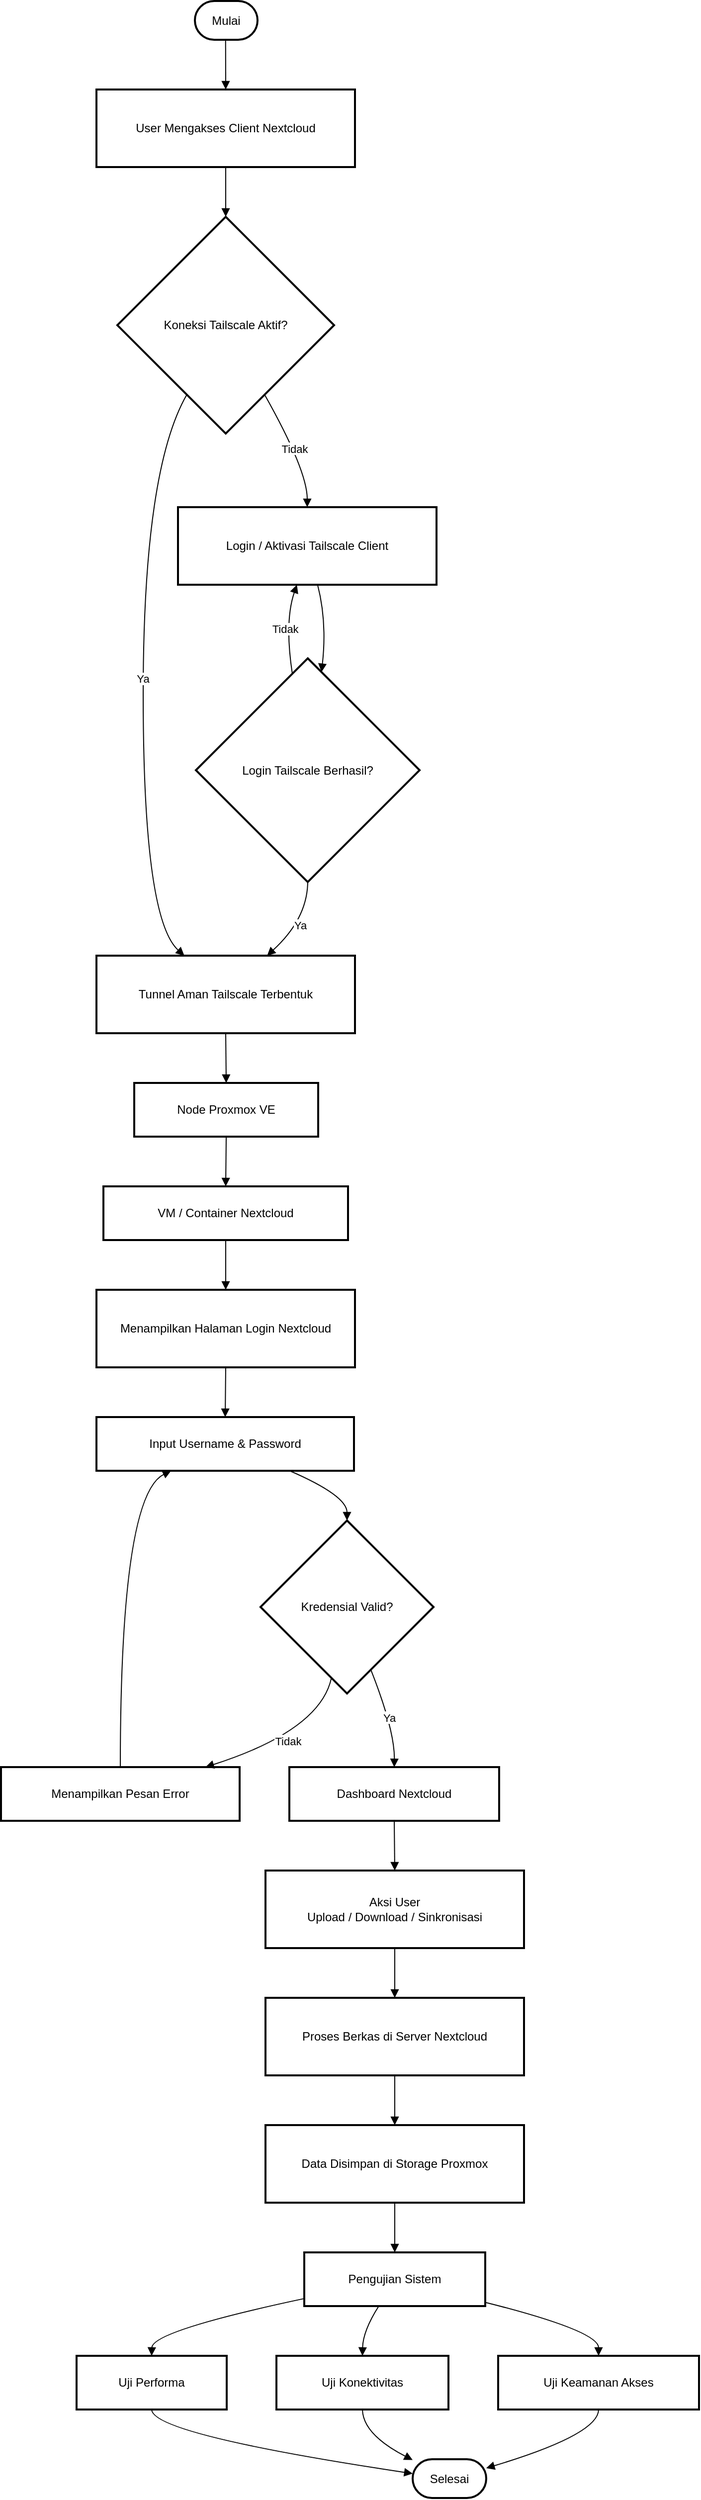
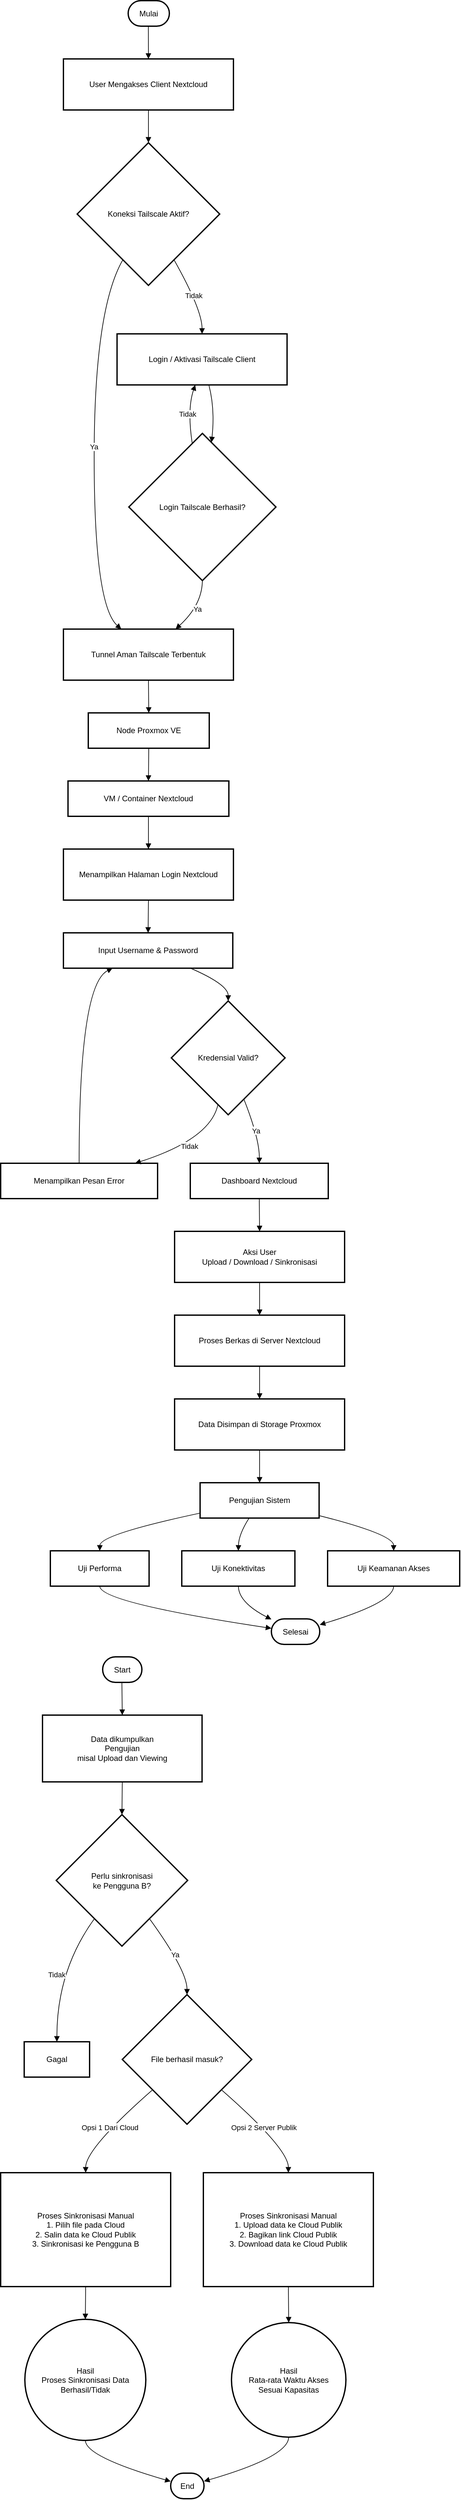
<mxfile host="app.diagrams.net" agent="Mozilla/5.0 (Macintosh; Intel Mac OS X 10_15_7) AppleWebKit/537.36 (KHTML, like Gecko) Chrome/144.0.0.0 Safari/537.36" version="29.3.8">
  <diagram id="6a731a19-8d31-9384-78a2-239565b7b9f0" name="Page-1">
    <mxGraphModel dx="1508" dy="1040" grid="1" gridSize="10" guides="1" tooltips="1" connect="1" arrows="1" fold="1" page="1" pageScale="1" pageWidth="1169" pageHeight="827" background="none" math="0" shadow="0">
      <root>
        <mxCell id="0" />
        <mxCell id="1" parent="0" />
        <mxCell id="Uneg7TVlCb7vEr30IxI9-7" parent="1" style="rounded=1;whiteSpace=wrap;arcSize=50;strokeWidth=2;" value="Mulai" vertex="1">
          <mxGeometry height="39" width="63" x="445" y="30" as="geometry" />
        </mxCell>
        <mxCell id="Uneg7TVlCb7vEr30IxI9-8" parent="1" style="whiteSpace=wrap;strokeWidth=2;" value="User Mengakses Client Nextcloud" vertex="1">
          <mxGeometry height="78" width="260" x="346" y="119" as="geometry" />
        </mxCell>
        <mxCell id="Uneg7TVlCb7vEr30IxI9-9" parent="1" style="rhombus;strokeWidth=2;whiteSpace=wrap;" value="Koneksi Tailscale Aktif?" vertex="1">
          <mxGeometry height="218" width="218" x="367" y="247" as="geometry" />
        </mxCell>
        <mxCell id="Uneg7TVlCb7vEr30IxI9-10" parent="1" style="whiteSpace=wrap;strokeWidth=2;" value="Login / Aktivasi Tailscale Client" vertex="1">
          <mxGeometry height="78" width="260" x="428" y="539" as="geometry" />
        </mxCell>
        <mxCell id="Uneg7TVlCb7vEr30IxI9-11" parent="1" style="rhombus;strokeWidth=2;whiteSpace=wrap;" value="Login Tailscale Berhasil?" vertex="1">
          <mxGeometry height="225" width="225" x="446" y="691" as="geometry" />
        </mxCell>
        <mxCell id="Uneg7TVlCb7vEr30IxI9-12" parent="1" style="whiteSpace=wrap;strokeWidth=2;" value="Tunnel Aman Tailscale Terbentuk" vertex="1">
          <mxGeometry height="78" width="260" x="346" y="990" as="geometry" />
        </mxCell>
        <mxCell id="Uneg7TVlCb7vEr30IxI9-13" parent="1" style="whiteSpace=wrap;strokeWidth=2;" value="Node Proxmox VE" vertex="1">
          <mxGeometry height="54" width="185" x="384" y="1118" as="geometry" />
        </mxCell>
        <mxCell id="Uneg7TVlCb7vEr30IxI9-14" parent="1" style="whiteSpace=wrap;strokeWidth=2;" value="VM / Container Nextcloud" vertex="1">
          <mxGeometry height="54" width="246" x="353" y="1222" as="geometry" />
        </mxCell>
        <mxCell id="Uneg7TVlCb7vEr30IxI9-15" parent="1" style="whiteSpace=wrap;strokeWidth=2;" value="Menampilkan Halaman Login Nextcloud" vertex="1">
          <mxGeometry height="78" width="260" x="346" y="1326" as="geometry" />
        </mxCell>
        <mxCell id="Uneg7TVlCb7vEr30IxI9-16" parent="1" style="whiteSpace=wrap;strokeWidth=2;" value="Input Username &amp; Password" vertex="1">
          <mxGeometry height="54" width="259" x="346" y="1454" as="geometry" />
        </mxCell>
        <mxCell id="Uneg7TVlCb7vEr30IxI9-17" parent="1" style="rhombus;strokeWidth=2;whiteSpace=wrap;" value="Kredensial Valid?" vertex="1">
          <mxGeometry height="174" width="174" x="511" y="1558" as="geometry" />
        </mxCell>
        <mxCell id="Uneg7TVlCb7vEr30IxI9-18" parent="1" style="whiteSpace=wrap;strokeWidth=2;" value="Menampilkan Pesan Error" vertex="1">
          <mxGeometry height="54" width="240" x="250" y="1806" as="geometry" />
        </mxCell>
        <mxCell id="Uneg7TVlCb7vEr30IxI9-19" parent="1" style="whiteSpace=wrap;strokeWidth=2;" value="Dashboard Nextcloud" vertex="1">
          <mxGeometry height="54" width="211" x="540" y="1806" as="geometry" />
        </mxCell>
        <mxCell id="Uneg7TVlCb7vEr30IxI9-20" parent="1" style="whiteSpace=wrap;strokeWidth=2;" value="Aksi User&#xa;Upload / Download / Sinkronisasi" vertex="1">
          <mxGeometry height="78" width="260" x="516" y="1910" as="geometry" />
        </mxCell>
        <mxCell id="Uneg7TVlCb7vEr30IxI9-21" parent="1" style="whiteSpace=wrap;strokeWidth=2;" value="Proses Berkas di Server Nextcloud" vertex="1">
          <mxGeometry height="78" width="260" x="516" y="2038" as="geometry" />
        </mxCell>
        <mxCell id="Uneg7TVlCb7vEr30IxI9-22" parent="1" style="whiteSpace=wrap;strokeWidth=2;" value="Data Disimpan di Storage Proxmox" vertex="1">
          <mxGeometry height="78" width="260" x="516" y="2166" as="geometry" />
        </mxCell>
        <mxCell id="Uneg7TVlCb7vEr30IxI9-23" parent="1" style="whiteSpace=wrap;strokeWidth=2;" value="Pengujian Sistem" vertex="1">
          <mxGeometry height="54" width="182" x="555" y="2294" as="geometry" />
        </mxCell>
        <mxCell id="Uneg7TVlCb7vEr30IxI9-24" parent="1" style="whiteSpace=wrap;strokeWidth=2;" value="Uji Keamanan Akses" vertex="1">
          <mxGeometry height="54" width="202" x="750" y="2398" as="geometry" />
        </mxCell>
        <mxCell id="Uneg7TVlCb7vEr30IxI9-25" parent="1" style="whiteSpace=wrap;strokeWidth=2;" value="Uji Konektivitas" vertex="1">
          <mxGeometry height="54" width="173" x="527" y="2398" as="geometry" />
        </mxCell>
        <mxCell id="Uneg7TVlCb7vEr30IxI9-26" parent="1" style="whiteSpace=wrap;strokeWidth=2;" value="Uji Performa" vertex="1">
          <mxGeometry height="54" width="151" x="326" y="2398" as="geometry" />
        </mxCell>
        <mxCell id="Uneg7TVlCb7vEr30IxI9-27" parent="1" style="rounded=1;whiteSpace=wrap;arcSize=50;strokeWidth=2;" value="Selesai" vertex="1">
          <mxGeometry height="39" width="74" x="664" y="2502" as="geometry" />
        </mxCell>
        <mxCell id="Uneg7TVlCb7vEr30IxI9-28" edge="1" parent="1" source="Uneg7TVlCb7vEr30IxI9-7" style="curved=1;startArrow=none;endArrow=block;exitX=0.49;exitY=1;entryX=0.5;entryY=0;rounded=0;" target="Uneg7TVlCb7vEr30IxI9-8" value="">
          <mxGeometry relative="1" as="geometry">
            <Array as="points" />
          </mxGeometry>
        </mxCell>
        <mxCell id="Uneg7TVlCb7vEr30IxI9-29" edge="1" parent="1" source="Uneg7TVlCb7vEr30IxI9-8" style="curved=1;startArrow=none;endArrow=block;exitX=0.5;exitY=1;entryX=0.5;entryY=0;rounded=0;" target="Uneg7TVlCb7vEr30IxI9-9" value="">
          <mxGeometry relative="1" as="geometry">
            <Array as="points" />
          </mxGeometry>
        </mxCell>
        <mxCell id="Uneg7TVlCb7vEr30IxI9-30" edge="1" parent="1" source="Uneg7TVlCb7vEr30IxI9-9" style="curved=1;startArrow=none;endArrow=block;exitX=0.78;exitY=1;entryX=0.5;entryY=0;rounded=0;" target="Uneg7TVlCb7vEr30IxI9-10" value="Tidak">
          <mxGeometry relative="1" as="geometry">
            <Array as="points">
              <mxPoint x="558" y="502" />
            </Array>
          </mxGeometry>
        </mxCell>
        <mxCell id="Uneg7TVlCb7vEr30IxI9-31" edge="1" parent="1" source="Uneg7TVlCb7vEr30IxI9-10" style="curved=1;startArrow=none;endArrow=block;exitX=0.54;exitY=1;entryX=0.57;entryY=0;rounded=0;" target="Uneg7TVlCb7vEr30IxI9-11" value="">
          <mxGeometry relative="1" as="geometry">
            <Array as="points">
              <mxPoint x="578" y="654" />
            </Array>
          </mxGeometry>
        </mxCell>
        <mxCell id="Uneg7TVlCb7vEr30IxI9-32" edge="1" parent="1" source="Uneg7TVlCb7vEr30IxI9-11" style="curved=1;startArrow=none;endArrow=block;exitX=0.42;exitY=0;entryX=0.46;entryY=1;rounded=0;" target="Uneg7TVlCb7vEr30IxI9-10" value="Tidak">
          <mxGeometry relative="1" as="geometry">
            <Array as="points">
              <mxPoint x="535" y="654" />
            </Array>
          </mxGeometry>
        </mxCell>
        <mxCell id="Uneg7TVlCb7vEr30IxI9-33" edge="1" parent="1" source="Uneg7TVlCb7vEr30IxI9-11" style="curved=1;startArrow=none;endArrow=block;exitX=0.5;exitY=1;entryX=0.66;entryY=0;rounded=0;" target="Uneg7TVlCb7vEr30IxI9-12" value="Ya">
          <mxGeometry relative="1" as="geometry">
            <Array as="points">
              <mxPoint x="558" y="953" />
            </Array>
          </mxGeometry>
        </mxCell>
        <mxCell id="Uneg7TVlCb7vEr30IxI9-34" edge="1" parent="1" source="Uneg7TVlCb7vEr30IxI9-9" style="curved=1;startArrow=none;endArrow=block;exitX=0.22;exitY=1;entryX=0.34;entryY=0;rounded=0;" target="Uneg7TVlCb7vEr30IxI9-12" value="Ya">
          <mxGeometry relative="1" as="geometry">
            <Array as="points">
              <mxPoint x="393" y="502" />
              <mxPoint x="393" y="953" />
            </Array>
          </mxGeometry>
        </mxCell>
        <mxCell id="Uneg7TVlCb7vEr30IxI9-35" edge="1" parent="1" source="Uneg7TVlCb7vEr30IxI9-12" style="curved=1;startArrow=none;endArrow=block;exitX=0.5;exitY=1;entryX=0.5;entryY=0;rounded=0;" target="Uneg7TVlCb7vEr30IxI9-13" value="">
          <mxGeometry relative="1" as="geometry">
            <Array as="points" />
          </mxGeometry>
        </mxCell>
        <mxCell id="Uneg7TVlCb7vEr30IxI9-36" edge="1" parent="1" source="Uneg7TVlCb7vEr30IxI9-13" style="curved=1;startArrow=none;endArrow=block;exitX=0.5;exitY=1;entryX=0.5;entryY=0;rounded=0;" target="Uneg7TVlCb7vEr30IxI9-14" value="">
          <mxGeometry relative="1" as="geometry">
            <Array as="points" />
          </mxGeometry>
        </mxCell>
        <mxCell id="Uneg7TVlCb7vEr30IxI9-37" edge="1" parent="1" source="Uneg7TVlCb7vEr30IxI9-14" style="curved=1;startArrow=none;endArrow=block;exitX=0.5;exitY=1;entryX=0.5;entryY=0;rounded=0;" target="Uneg7TVlCb7vEr30IxI9-15" value="">
          <mxGeometry relative="1" as="geometry">
            <Array as="points" />
          </mxGeometry>
        </mxCell>
        <mxCell id="Uneg7TVlCb7vEr30IxI9-38" edge="1" parent="1" source="Uneg7TVlCb7vEr30IxI9-15" style="curved=1;startArrow=none;endArrow=block;exitX=0.5;exitY=1;entryX=0.5;entryY=0;rounded=0;" target="Uneg7TVlCb7vEr30IxI9-16" value="">
          <mxGeometry relative="1" as="geometry">
            <Array as="points" />
          </mxGeometry>
        </mxCell>
        <mxCell id="Uneg7TVlCb7vEr30IxI9-39" edge="1" parent="1" source="Uneg7TVlCb7vEr30IxI9-16" style="curved=1;startArrow=none;endArrow=block;exitX=0.75;exitY=1;entryX=0.5;entryY=0;rounded=0;" target="Uneg7TVlCb7vEr30IxI9-17" value="">
          <mxGeometry relative="1" as="geometry">
            <Array as="points">
              <mxPoint x="598" y="1533" />
            </Array>
          </mxGeometry>
        </mxCell>
        <mxCell id="Uneg7TVlCb7vEr30IxI9-40" edge="1" parent="1" source="Uneg7TVlCb7vEr30IxI9-17" style="curved=1;startArrow=none;endArrow=block;exitX=0.39;exitY=1;entryX=0.85;entryY=0.01;rounded=0;" target="Uneg7TVlCb7vEr30IxI9-18" value="Tidak">
          <mxGeometry relative="1" as="geometry">
            <Array as="points">
              <mxPoint x="571" y="1769" />
            </Array>
          </mxGeometry>
        </mxCell>
        <mxCell id="Uneg7TVlCb7vEr30IxI9-41" edge="1" parent="1" source="Uneg7TVlCb7vEr30IxI9-18" style="curved=1;startArrow=none;endArrow=block;exitX=0.5;exitY=0.01;entryX=0.29;entryY=1;rounded=0;" target="Uneg7TVlCb7vEr30IxI9-16" value="">
          <mxGeometry relative="1" as="geometry">
            <Array as="points">
              <mxPoint x="370" y="1533" />
            </Array>
          </mxGeometry>
        </mxCell>
        <mxCell id="Uneg7TVlCb7vEr30IxI9-42" edge="1" parent="1" source="Uneg7TVlCb7vEr30IxI9-17" style="curved=1;startArrow=none;endArrow=block;exitX=0.69;exitY=1;entryX=0.5;entryY=0.01;rounded=0;" target="Uneg7TVlCb7vEr30IxI9-19" value="Ya">
          <mxGeometry relative="1" as="geometry">
            <Array as="points">
              <mxPoint x="646" y="1769" />
            </Array>
          </mxGeometry>
        </mxCell>
        <mxCell id="Uneg7TVlCb7vEr30IxI9-43" edge="1" parent="1" source="Uneg7TVlCb7vEr30IxI9-19" style="curved=1;startArrow=none;endArrow=block;exitX=0.5;exitY=1.01;entryX=0.5;entryY=0;rounded=0;" target="Uneg7TVlCb7vEr30IxI9-20" value="">
          <mxGeometry relative="1" as="geometry">
            <Array as="points" />
          </mxGeometry>
        </mxCell>
        <mxCell id="Uneg7TVlCb7vEr30IxI9-44" edge="1" parent="1" source="Uneg7TVlCb7vEr30IxI9-20" style="curved=1;startArrow=none;endArrow=block;exitX=0.5;exitY=1;entryX=0.5;entryY=0;rounded=0;" target="Uneg7TVlCb7vEr30IxI9-21" value="">
          <mxGeometry relative="1" as="geometry">
            <Array as="points" />
          </mxGeometry>
        </mxCell>
        <mxCell id="Uneg7TVlCb7vEr30IxI9-45" edge="1" parent="1" source="Uneg7TVlCb7vEr30IxI9-21" style="curved=1;startArrow=none;endArrow=block;exitX=0.5;exitY=1;entryX=0.5;entryY=0;rounded=0;" target="Uneg7TVlCb7vEr30IxI9-22" value="">
          <mxGeometry relative="1" as="geometry">
            <Array as="points" />
          </mxGeometry>
        </mxCell>
        <mxCell id="Uneg7TVlCb7vEr30IxI9-46" edge="1" parent="1" source="Uneg7TVlCb7vEr30IxI9-22" style="curved=1;startArrow=none;endArrow=block;exitX=0.5;exitY=1;entryX=0.5;entryY=0.01;rounded=0;" target="Uneg7TVlCb7vEr30IxI9-23" value="">
          <mxGeometry relative="1" as="geometry">
            <Array as="points" />
          </mxGeometry>
        </mxCell>
        <mxCell id="Uneg7TVlCb7vEr30IxI9-47" edge="1" parent="1" source="Uneg7TVlCb7vEr30IxI9-23" style="curved=1;startArrow=none;endArrow=block;exitX=1;exitY=0.93;entryX=0.5;entryY=0.01;rounded=0;" target="Uneg7TVlCb7vEr30IxI9-24" value="">
          <mxGeometry relative="1" as="geometry">
            <Array as="points">
              <mxPoint x="851" y="2373" />
            </Array>
          </mxGeometry>
        </mxCell>
        <mxCell id="Uneg7TVlCb7vEr30IxI9-48" edge="1" parent="1" source="Uneg7TVlCb7vEr30IxI9-23" style="curved=1;startArrow=none;endArrow=block;exitX=0.41;exitY=1.01;entryX=0.5;entryY=0.01;rounded=0;" target="Uneg7TVlCb7vEr30IxI9-25" value="">
          <mxGeometry relative="1" as="geometry">
            <Array as="points">
              <mxPoint x="614" y="2373" />
            </Array>
          </mxGeometry>
        </mxCell>
        <mxCell id="Uneg7TVlCb7vEr30IxI9-49" edge="1" parent="1" source="Uneg7TVlCb7vEr30IxI9-23" style="curved=1;startArrow=none;endArrow=block;exitX=0;exitY=0.86;entryX=0.5;entryY=0.01;rounded=0;" target="Uneg7TVlCb7vEr30IxI9-26" value="">
          <mxGeometry relative="1" as="geometry">
            <Array as="points">
              <mxPoint x="402" y="2373" />
            </Array>
          </mxGeometry>
        </mxCell>
        <mxCell id="Uneg7TVlCb7vEr30IxI9-50" edge="1" parent="1" source="Uneg7TVlCb7vEr30IxI9-24" style="curved=1;startArrow=none;endArrow=block;exitX=0.5;exitY=1.01;entryX=1;entryY=0.23;rounded=0;" target="Uneg7TVlCb7vEr30IxI9-27" value="">
          <mxGeometry relative="1" as="geometry">
            <Array as="points">
              <mxPoint x="851" y="2477" />
            </Array>
          </mxGeometry>
        </mxCell>
        <mxCell id="Uneg7TVlCb7vEr30IxI9-51" edge="1" parent="1" source="Uneg7TVlCb7vEr30IxI9-25" style="curved=1;startArrow=none;endArrow=block;exitX=0.5;exitY=1.01;entryX=0;entryY=0.02;rounded=0;" target="Uneg7TVlCb7vEr30IxI9-27" value="">
          <mxGeometry relative="1" as="geometry">
            <Array as="points">
              <mxPoint x="614" y="2477" />
            </Array>
          </mxGeometry>
        </mxCell>
        <mxCell id="Uneg7TVlCb7vEr30IxI9-52" edge="1" parent="1" source="Uneg7TVlCb7vEr30IxI9-26" style="curved=1;startArrow=none;endArrow=block;exitX=0.5;exitY=1.01;entryX=0;entryY=0.37;rounded=0;" target="Uneg7TVlCb7vEr30IxI9-27" value="">
          <mxGeometry relative="1" as="geometry">
            <Array as="points">
              <mxPoint x="402" y="2477" />
            </Array>
          </mxGeometry>
        </mxCell>
+         <mxCell id="OShCs4QSC3FU0K6VXMPM-7" parent="1" style="rounded=1;whiteSpace=wrap;arcSize=50;strokeWidth=2;" value="Start" vertex="1">
+           <mxGeometry height="39" width="60" x="406" y="2560" as="geometry" />
+         </mxCell>
+         <mxCell id="OShCs4QSC3FU0K6VXMPM-8" parent="1" style="whiteSpace=wrap;strokeWidth=2;" value="Data dikumpulkan&#xa;Pengujian&#xa;misal Upload dan Viewing" vertex="1">
+           <mxGeometry height="102" width="244" x="314" y="2649" as="geometry" />
+         </mxCell>
+         <mxCell id="OShCs4QSC3FU0K6VXMPM-9" parent="1" style="rhombus;strokeWidth=2;whiteSpace=wrap;" value="Perlu sinkronisasi&#xa;ke Pengguna B?" vertex="1">
+           <mxGeometry height="201" width="201" x="335" y="2801" as="geometry" />
+         </mxCell>
+         <mxCell id="OShCs4QSC3FU0K6VXMPM-10" parent="1" style="whiteSpace=wrap;strokeWidth=2;" value="Gagal" vertex="1">
+           <mxGeometry height="54" width="100" x="286" y="3148" as="geometry" />
+         </mxCell>
+         <mxCell id="OShCs4QSC3FU0K6VXMPM-11" parent="1" style="rhombus;strokeWidth=2;whiteSpace=wrap;" value="File berhasil masuk?" vertex="1">
+           <mxGeometry height="198" width="198" x="436" y="3076" as="geometry" />
+         </mxCell>
+         <mxCell id="OShCs4QSC3FU0K6VXMPM-12" parent="1" style="whiteSpace=wrap;strokeWidth=2;" value="Proses Sinkronisasi Manual&#xa;1. Pilih file pada Cloud&#xa;2. Salin data ke Cloud Publik&#xa;3. Sinkronisasi ke Pengguna B" vertex="1">
+           <mxGeometry height="174" width="260" x="250" y="3348" as="geometry" />
+         </mxCell>
+         <mxCell id="OShCs4QSC3FU0K6VXMPM-13" parent="1" style="whiteSpace=wrap;strokeWidth=2;" value="Proses Sinkronisasi Manual&#xa;1. Upload data ke Cloud Publik&#xa;2. Bagikan link Cloud Publik&#xa;3. Download data ke Cloud Publik" vertex="1">
+           <mxGeometry height="174" width="260" x="560" y="3348" as="geometry" />
+         </mxCell>
+         <mxCell id="OShCs4QSC3FU0K6VXMPM-14" parent="1" style="ellipse;aspect=fixed;strokeWidth=2;whiteSpace=wrap;" value="Hasil&#xa;Proses Sinkronisasi Data&#xa;Berhasil/Tidak" vertex="1">
+           <mxGeometry height="185" width="185" x="287" y="3572" as="geometry" />
+         </mxCell>
+         <mxCell id="OShCs4QSC3FU0K6VXMPM-15" parent="1" style="ellipse;aspect=fixed;strokeWidth=2;whiteSpace=wrap;" value="Hasil&#xa;Rata-rata Waktu Akses&#xa;Sesuai Kapasitas" vertex="1">
+           <mxGeometry height="175" width="175" x="603" y="3577" as="geometry" />
+         </mxCell>
+         <mxCell id="OShCs4QSC3FU0K6VXMPM-16" parent="1" style="rounded=1;whiteSpace=wrap;arcSize=50;strokeWidth=2;" value="End" vertex="1">
+           <mxGeometry height="39" width="51" x="510" y="3807" as="geometry" />
+         </mxCell>
+         <mxCell id="OShCs4QSC3FU0K6VXMPM-17" edge="1" parent="1" source="OShCs4QSC3FU0K6VXMPM-7" style="curved=1;startArrow=none;endArrow=block;exitX=0.49;exitY=1;entryX=0.5;entryY=0;rounded=0;" target="OShCs4QSC3FU0K6VXMPM-8" value="">
+           <mxGeometry relative="1" as="geometry">
+             <Array as="points" />
+           </mxGeometry>
+         </mxCell>
+         <mxCell id="OShCs4QSC3FU0K6VXMPM-18" edge="1" parent="1" source="OShCs4QSC3FU0K6VXMPM-8" style="curved=1;startArrow=none;endArrow=block;exitX=0.5;exitY=1;entryX=0.5;entryY=0;rounded=0;" target="OShCs4QSC3FU0K6VXMPM-9" value="">
+           <mxGeometry relative="1" as="geometry">
+             <Array as="points" />
+           </mxGeometry>
+         </mxCell>
+         <mxCell id="OShCs4QSC3FU0K6VXMPM-19" edge="1" parent="1" source="OShCs4QSC3FU0K6VXMPM-9" style="curved=1;startArrow=none;endArrow=block;exitX=0.14;exitY=1;entryX=0.5;entryY=0;rounded=0;" target="OShCs4QSC3FU0K6VXMPM-10" value="Tidak">
+           <mxGeometry relative="1" as="geometry">
+             <Array as="points">
+               <mxPoint x="336" y="3039" />
+             </Array>
+           </mxGeometry>
+         </mxCell>
+         <mxCell id="OShCs4QSC3FU0K6VXMPM-20" edge="1" parent="1" source="OShCs4QSC3FU0K6VXMPM-9" style="curved=1;startArrow=none;endArrow=block;exitX=0.86;exitY=1;entryX=0.5;entryY=0;rounded=0;" target="OShCs4QSC3FU0K6VXMPM-11" value="Ya">
+           <mxGeometry relative="1" as="geometry">
+             <Array as="points">
+               <mxPoint x="535" y="3039" />
+             </Array>
+           </mxGeometry>
+         </mxCell>
+         <mxCell id="OShCs4QSC3FU0K6VXMPM-21" edge="1" parent="1" source="OShCs4QSC3FU0K6VXMPM-11" style="curved=1;startArrow=none;endArrow=block;exitX=0;exitY=0.94;entryX=0.5;entryY=0;rounded=0;" target="OShCs4QSC3FU0K6VXMPM-12" value="Opsi 1 Dari Cloud">
+           <mxGeometry relative="1" as="geometry">
+             <Array as="points">
+               <mxPoint x="380" y="3311" />
+             </Array>
+           </mxGeometry>
+         </mxCell>
+         <mxCell id="OShCs4QSC3FU0K6VXMPM-22" edge="1" parent="1" source="OShCs4QSC3FU0K6VXMPM-11" style="curved=1;startArrow=none;endArrow=block;exitX=1;exitY=0.94;entryX=0.5;entryY=0;rounded=0;" target="OShCs4QSC3FU0K6VXMPM-13" value="Opsi 2 Server Publik">
+           <mxGeometry relative="1" as="geometry">
+             <Array as="points">
+               <mxPoint x="690" y="3311" />
+             </Array>
+           </mxGeometry>
+         </mxCell>
+         <mxCell id="OShCs4QSC3FU0K6VXMPM-23" edge="1" parent="1" source="OShCs4QSC3FU0K6VXMPM-12" style="curved=1;startArrow=none;endArrow=block;exitX=0.5;exitY=1;entryX=0.5;entryY=0;rounded=0;" target="OShCs4QSC3FU0K6VXMPM-14" value="">
+           <mxGeometry relative="1" as="geometry">
+             <Array as="points" />
+           </mxGeometry>
+         </mxCell>
+         <mxCell id="OShCs4QSC3FU0K6VXMPM-24" edge="1" parent="1" source="OShCs4QSC3FU0K6VXMPM-13" style="curved=1;startArrow=none;endArrow=block;exitX=0.5;exitY=1;entryX=0.5;entryY=0;rounded=0;" target="OShCs4QSC3FU0K6VXMPM-15" value="">
+           <mxGeometry relative="1" as="geometry">
+             <Array as="points" />
+           </mxGeometry>
+         </mxCell>
+         <mxCell id="OShCs4QSC3FU0K6VXMPM-25" edge="1" parent="1" source="OShCs4QSC3FU0K6VXMPM-14" style="curved=1;startArrow=none;endArrow=block;exitX=0.5;exitY=1;entryX=-0.01;entryY=0.32;rounded=0;" target="OShCs4QSC3FU0K6VXMPM-16" value="">
+           <mxGeometry relative="1" as="geometry">
+             <Array as="points">
+               <mxPoint x="380" y="3782" />
+             </Array>
+           </mxGeometry>
+         </mxCell>
+         <mxCell id="OShCs4QSC3FU0K6VXMPM-26" edge="1" parent="1" source="OShCs4QSC3FU0K6VXMPM-15" style="curved=1;startArrow=none;endArrow=block;exitX=0.5;exitY=1;entryX=0.99;entryY=0.32;rounded=0;" target="OShCs4QSC3FU0K6VXMPM-16" value="">
+           <mxGeometry relative="1" as="geometry">
+             <Array as="points">
+               <mxPoint x="690" y="3782" />
+             </Array>
+           </mxGeometry>
+         </mxCell>
      </root>
    </mxGraphModel>
  </diagram>
</mxfile>
